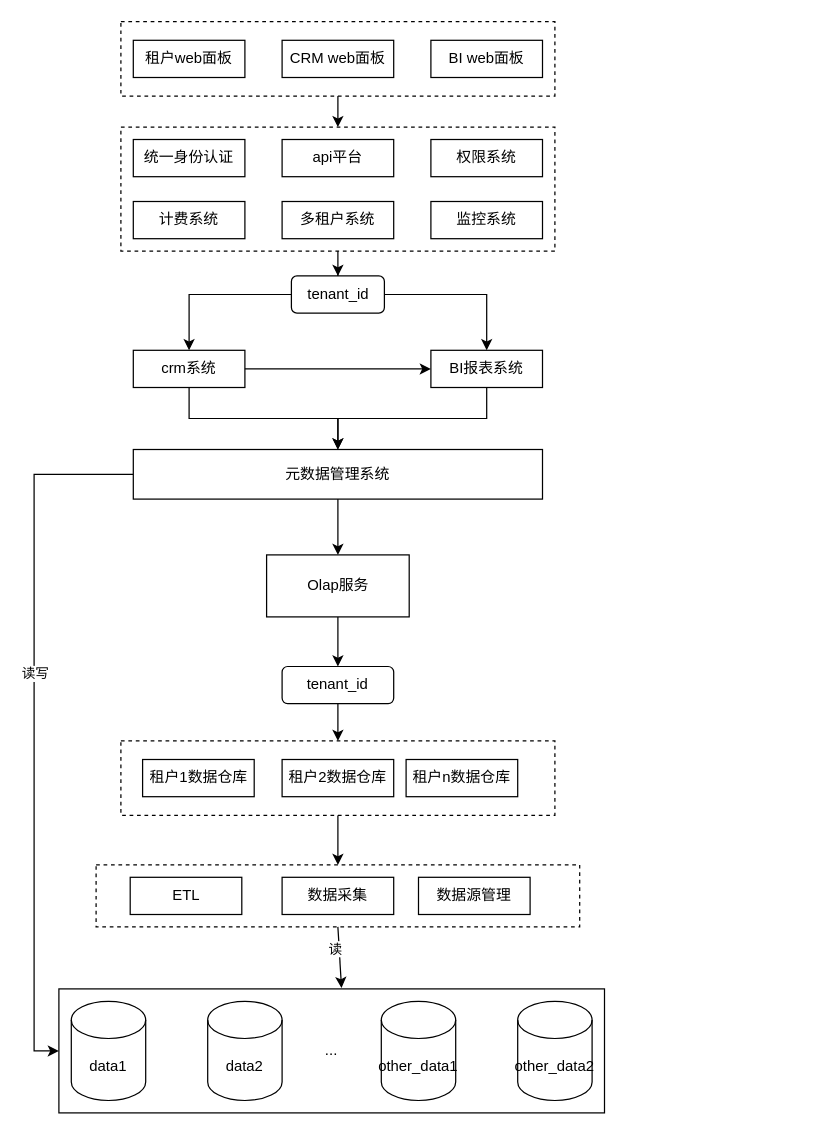
Earlier version of the draw.io diagram page "第 1 页" (1 of 5) of Crm-Saas/crm-saas.drawio (zhangshuntao-ola/MyDraw). Source tidied: cells renumbered, new cells numbered last; positions are measured from the earlier drawing's top-left corner, leaving out a move shared by most shapes. Both pictures are drawn from the tidied source at 124%, with x=0, y=0 at pixel (58, 21).
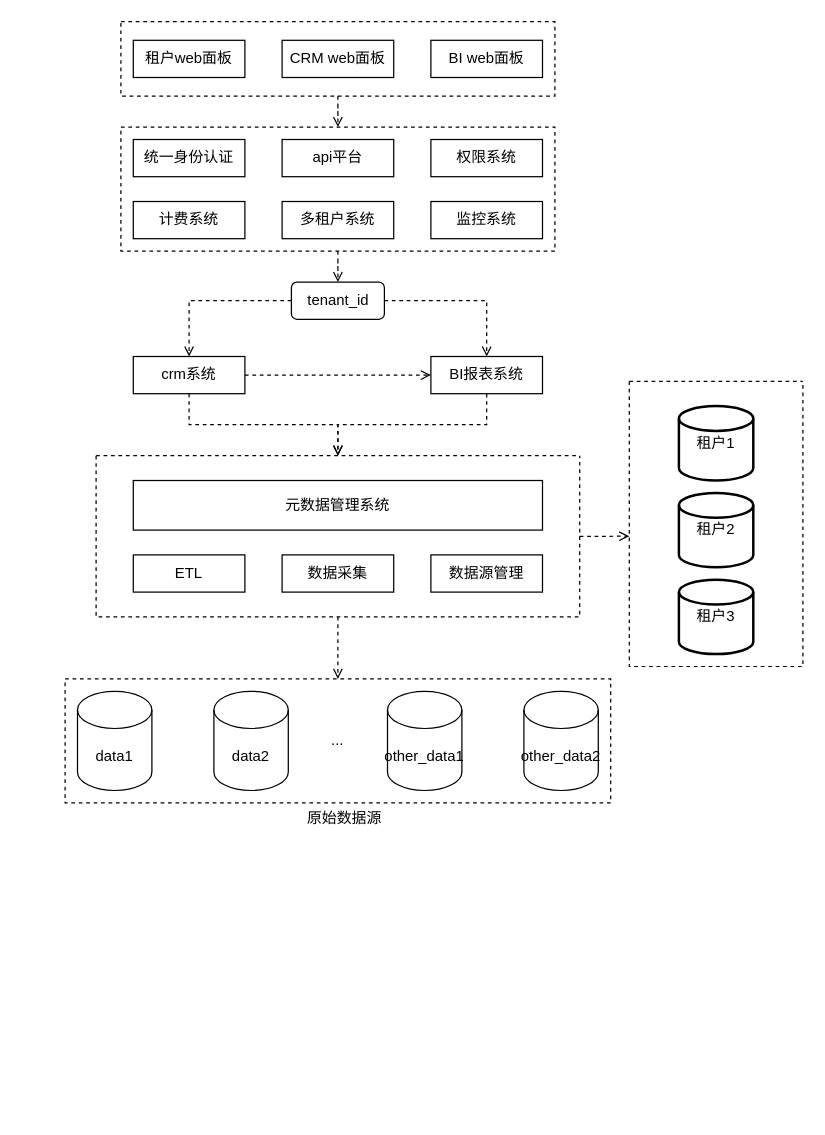
After the change.

Unchanged cells that the change refers to:
```xml
<mxCell id="7" style="rounded=0;whiteSpace=wrap;html=1;dashed=1;" parent="1" vertex="1">
  <mxGeometry x="50" width="350" height="60" as="geometry" />
</mxCell>
<mxCell id="9" style="rounded=0;whiteSpace=wrap;html=1;dashed=1;" parent="1" vertex="1">
  <mxGeometry x="50" y="85" width="350" height="100" as="geometry" />
</mxCell>
```

The edit, as a diff of the source:
```diff
@@
-    <mxCell id="2" style="edgeStyle=orthogonalEdgeStyle;rounded=0;jettySize=auto;html=1;exitX=0.5;exitY=1;exitDx=0;exitDy=0;entryX=0.5;entryY=0;entryDx=0;entryDy=0;" parent="1" edge="1" source="3" target="4">
-      <mxGeometry relative="1" as="geometry" />
-    </mxCell>
-    <mxCell id="3" style="rounded=0;whiteSpace=wrap;html=1;dashed=1;" parent="1" vertex="1">
-      <mxGeometry x="50" y="580" width="350" height="60" as="geometry" />
-    </mxCell>
-    <mxCell id="4" style="rounded=0;whiteSpace=wrap;html=1;dashed=1;" parent="1" vertex="1">
-      <mxGeometry x="30" y="680" width="390" height="50" as="geometry" />
-    </mxCell>
-    <mxCell id="5" value="..." style="rounded=0;whiteSpace=wrap;html=1;" parent="1" vertex="1">
-      <mxGeometry y="780" width="440" height="100" as="geometry" />
+    <mxCell id="5" value="..." style="rounded=0;whiteSpace=wrap;html=1;dashed=1;" parent="1" vertex="1">
+      <mxGeometry x="5" y="530" width="440" height="100" as="geometry" />
     </mxCell>
-    <mxCell id="6" style="edgeStyle=orthogonalEdgeStyle;rounded=0;jettySize=auto;html=1;entryX=0.5;entryY=0;entryDx=0;entryDy=0;" parent="1" edge="1" source="7" target="9">
+    <mxCell id="6" style="edgeStyle=orthogonalEdgeStyle;rounded=0;jettySize=auto;html=1;entryX=0.5;entryY=0;entryDx=0;entryDy=0;dashed=1;endArrow=open;endFill=0;" parent="1" edge="1" source="7" target="9">
       <mxGeometry relative="1" as="geometry" />
     </mxCell>
@@
-    <mxCell id="8" style="edgeStyle=orthogonalEdgeStyle;rounded=0;jettySize=auto;html=1;" parent="1" edge="1" source="9" target="27">
+    <mxCell id="8" style="edgeStyle=orthogonalEdgeStyle;rounded=0;jettySize=auto;html=1;dashed=1;endArrow=open;endFill=0;" parent="1" edge="1" source="9" target="27">
       <mxGeometry relative="1" as="geometry" />
     </mxCell>
@@
-    <mxCell id="13" style="edgeStyle=orthogonalEdgeStyle;rounded=0;jettySize=auto;html=1;" parent="1" edge="1" source="14" target="31">
-      <mxGeometry relative="1" as="geometry" />
-    </mxCell>
     <mxCell id="14" value="BI报表系统" style="rounded=0;whiteSpace=wrap;html=1;" parent="1" vertex="1">
-      <mxGeometry x="300" y="265" width="90" height="30" as="geometry" />
+      <mxGeometry x="300" y="270" width="90" height="30" as="geometry" />
     </mxCell>
-    <mxCell id="15" value="ETL" style="rounded=0;whiteSpace=wrap;html=1;" parent="1" vertex="1">
-      <mxGeometry x="57.5" y="690" width="90" height="30" as="geometry" />
-    </mxCell>
-    <mxCell id="16" style="edgeStyle=orthogonalEdgeStyle;rounded=0;jettySize=auto;html=1;" parent="1" edge="1" source="17" target="31">
-      <mxGeometry relative="1" as="geometry" />
-    </mxCell>
     <mxCell id="17" value="crm系统" style="rounded=0;whiteSpace=wrap;html=1;" parent="1" vertex="1">
-      <mxGeometry x="60" y="265" width="90" height="30" as="geometry" />
+      <mxGeometry x="60" y="270" width="90" height="30" as="geometry" />
     </mxCell>
@@
-    <mxCell id="22" value="数据采集" style="rounded=0;whiteSpace=wrap;html=1;" parent="1" vertex="1">
-      <mxGeometry x="180" y="690" width="90" height="30" as="geometry" />
-    </mxCell>
@@
-    <mxCell id="25" style="edgeStyle=orthogonalEdgeStyle;rounded=0;jettySize=auto;html=1;" parent="1" edge="1" source="27" target="17">
+    <mxCell id="25" style="edgeStyle=orthogonalEdgeStyle;rounded=0;jettySize=auto;html=1;endArrow=open;endFill=0;dashed=1;" parent="1" edge="1" source="27" target="17">
       <mxGeometry relative="1" as="geometry" />
     </mxCell>
-    <mxCell id="26" style="edgeStyle=orthogonalEdgeStyle;rounded=0;jettySize=auto;html=1;" parent="1" edge="1" source="27" target="14">
+    <mxCell id="26" style="edgeStyle=orthogonalEdgeStyle;rounded=0;jettySize=auto;html=1;endArrow=open;endFill=0;dashed=1;" parent="1" edge="1" source="27" target="14">
       <mxGeometry relative="1" as="geometry" />
     </mxCell>
     <mxCell id="27" value="tenant_id" style="rounded=1;whiteSpace=wrap;html=1;" parent="1" vertex="1">
-      <mxGeometry x="187.5" y="205" width="75" height="30" as="geometry" />
+      <mxGeometry x="187.5" y="210" width="75" height="30" as="geometry" />
     </mxCell>
-    <mxCell id="28" style="edgeStyle=orthogonalEdgeStyle;rounded=0;jettySize=auto;html=1;" parent="1" edge="1" source="31" target="45">
-      <mxGeometry relative="1" as="geometry" />
-    </mxCell>
-    <mxCell id="29" style="edgeStyle=orthogonalEdgeStyle;rounded=0;jettySize=auto;html=1;entryX=0;entryY=0.5;entryDx=0;entryDy=0;exitX=0;exitY=0.5;exitDx=0;exitDy=0;" parent="1" edge="1" source="31" target="5">
-      <mxGeometry relative="1" as="geometry" />
-    </mxCell>
-    <mxCell id="30" value="读写" style="edgeLabel;html=1;align=center;verticalAlign=middle;" parent="29" vertex="1">
-      <mxGeometry x="-0.15" relative="1" as="geometry" />
-    </mxCell>
-    <mxCell id="31" value="元数据管理系统" style="rounded=0;whiteSpace=wrap;html=1;" parent="1" vertex="1">
-      <mxGeometry x="60" y="345" width="330" height="40" as="geometry" />
-    </mxCell>
     <mxCell id="32" value="data1" style="shape=cylinder3;whiteSpace=wrap;html=1;boundedLbl=1;backgroundOutline=1;size=15;" parent="1" vertex="1">
-      <mxGeometry x="10" y="790" width="60" height="80" as="geometry" />
+      <mxGeometry x="15" y="540" width="60" height="80" as="geometry" />
     </mxCell>
     <mxCell id="33" value="data2" style="shape=cylinder3;whiteSpace=wrap;html=1;boundedLbl=1;backgroundOutline=1;size=15;" parent="1" vertex="1">
-      <mxGeometry x="120" y="790" width="60" height="80" as="geometry" />
+      <mxGeometry x="125" y="540" width="60" height="80" as="geometry" />
     </mxCell>
     <mxCell id="34" value="other_data1" style="shape=cylinder3;whiteSpace=wrap;html=1;boundedLbl=1;backgroundOutline=1;size=15;" parent="1" vertex="1">
-      <mxGeometry x="260" y="790" width="60" height="80" as="geometry" />
+      <mxGeometry x="265" y="540" width="60" height="80" as="geometry" />
     </mxCell>
     <mxCell id="35" value="other_data2" style="shape=cylinder3;whiteSpace=wrap;html=1;boundedLbl=1;backgroundOutline=1;size=15;" parent="1" vertex="1">
-      <mxGeometry x="370" y="790" width="60" height="80" as="geometry" />
+      <mxGeometry x="375" y="540" width="60" height="80" as="geometry" />
     </mxCell>
-    <mxCell id="36" style="rounded=0;jettySize=auto;html=1;exitX=0.5;exitY=1;exitDx=0;exitDy=0;entryX=0.518;entryY=-0.007;entryDx=0;entryDy=0;entryPerimeter=0;" parent="1" edge="1" source="4" target="5">
-      <mxGeometry relative="1" as="geometry" />
-    </mxCell>
-    <mxCell id="37" value="读" style="edgeLabel;html=1;align=center;verticalAlign=middle;" parent="36" vertex="1">
-      <mxGeometry x="-0.31" y="-4" relative="1" as="geometry" />
-    </mxCell>
+    <mxCell id="46" style="endArrow=open;startArrow=none;html=1;rounded=0;entryX=0;entryY=0.5;entryDx=0;entryDy=0;exitX=1;exitY=0.5;exitDx=0;exitDy=0;startFill=0;endFill=0;dashed=1;" parent="1" edge="1" source="17" target="14">
+      <mxGeometry relative="1" as="geometry" />
+    </mxCell>
+    <mxCell id="47" value="原始数据源" style="text;html=1;align=center;verticalAlign=middle;strokeColor=none;fillColor=none;" parent="1" vertex="1">
+      <mxGeometry x="190" y="628" width="80" height="30" as="geometry" />
+    </mxCell>
+    <mxCell id="48" style="swimlane;startSize=0;dashed=1;" parent="1" vertex="1">
+      <mxGeometry x="460" y="290" width="140" height="230" as="geometry" />
+    </mxCell>
+    <mxCell id="49" value="租户3" style="strokeWidth=2;html=1;shape=mxgraph.flowchart.database;whiteSpace=wrap;" parent="48" vertex="1">
+      <mxGeometry x="40" y="160" width="60" height="60" as="geometry" />
+    </mxCell>
+    <mxCell id="50" value="租户2" style="strokeWidth=2;html=1;shape=mxgraph.flowchart.database;whiteSpace=wrap;" parent="48" vertex="1">
+      <mxGeometry x="40" y="90" width="60" height="60" as="geometry" />
+    </mxCell>
+    <mxCell id="51" value="租户1" style="strokeWidth=2;html=1;shape=mxgraph.flowchart.database;whiteSpace=wrap;" parent="48" vertex="1">
+      <mxGeometry x="40" y="20" width="60" height="60" as="geometry" />
+    </mxCell>
+    <mxCell id="52" style="swimlane;startSize=0;dashed=1;" parent="1" vertex="1">
+      <mxGeometry x="30" y="350" width="390" height="130" as="geometry" />
+    </mxCell>
+    <mxCell id="31" value="元数据管理系统" style="rounded=0;whiteSpace=wrap;html=1;" parent="52" vertex="1">
+      <mxGeometry x="30" y="20" width="330" height="40" as="geometry" />
+    </mxCell>
+    <mxCell id="15" value="ETL" style="rounded=0;whiteSpace=wrap;html=1;" parent="52" vertex="1">
+      <mxGeometry x="30" y="80" width="90" height="30" as="geometry" />
+    </mxCell>
+    <mxCell id="22" value="数据采集" style="rounded=0;whiteSpace=wrap;html=1;" parent="52" vertex="1">
+      <mxGeometry x="150" y="80" width="90" height="30" as="geometry" />
+    </mxCell>
-    <mxCell id="38" value="数据源管理" style="rounded=0;whiteSpace=wrap;html=1;" parent="1" vertex="1">
-      <mxGeometry x="290" y="690" width="90" height="30" as="geometry" />
+    <mxCell id="38" value="数据源管理" style="rounded=0;whiteSpace=wrap;html=1;" parent="52" vertex="1">
+      <mxGeometry x="270" y="80" width="90" height="30" as="geometry" />
     </mxCell>
-    <mxCell id="39" style="edgeStyle=orthogonalEdgeStyle;rounded=0;jettySize=auto;html=1;entryX=0.5;entryY=0;entryDx=0;entryDy=0;" parent="1" edge="1" source="40" target="3">
-      <mxGeometry relative="1" as="geometry" />
-    </mxCell>
-    <mxCell id="40" value="tenant_id" style="rounded=1;whiteSpace=wrap;html=1;" parent="1" vertex="1">
-      <mxGeometry x="180" y="520" width="90" height="30" as="geometry" />
-    </mxCell>
-    <mxCell id="41" value="租户1数据仓库" style="rounded=0;whiteSpace=wrap;html=1;" parent="1" vertex="1">
-      <mxGeometry x="67.5" y="595" width="90" height="30" as="geometry" />
-    </mxCell>
-    <mxCell id="42" value="租户2数据仓库" style="rounded=0;whiteSpace=wrap;html=1;" parent="1" vertex="1">
-      <mxGeometry x="180" y="595" width="90" height="30" as="geometry" />
-    </mxCell>
-    <mxCell id="43" value="租户n数据仓库" style="rounded=0;whiteSpace=wrap;html=1;" parent="1" vertex="1">
-      <mxGeometry x="280" y="595" width="90" height="30" as="geometry" />
-    </mxCell>
-    <mxCell id="44" style="edgeStyle=orthogonalEdgeStyle;rounded=0;jettySize=auto;html=1;" parent="1" edge="1" source="45" target="40">
-      <mxGeometry relative="1" as="geometry" />
-    </mxCell>
-    <mxCell id="45" value="Olap服务" style="rounded=0;whiteSpace=wrap;html=1;" parent="1" vertex="1">
-      <mxGeometry x="167.5" y="430" width="115" height="50" as="geometry" />
-    </mxCell>
-    <mxCell id="46" style="endArrow=classic;startArrow=none;html=1;rounded=0;entryX=0;entryY=0.5;entryDx=0;entryDy=0;exitX=1;exitY=0.5;exitDx=0;exitDy=0;startFill=0;" parent="1" edge="1" source="17" target="14">
-      <mxGeometry relative="1" as="geometry" />
-    </mxCell>
+    <mxCell id="53" style="edgeStyle=orthogonalEdgeStyle;rounded=0;jettySize=auto;html=1;endArrow=open;endFill=0;dashed=1;exitX=0.5;exitY=1;exitDx=0;exitDy=0;entryX=0.5;entryY=0;entryDx=0;entryDy=0;" parent="1" edge="1" source="17" target="52">
+      <mxGeometry relative="1" as="geometry" />
+    </mxCell>
+    <mxCell id="54" style="edgeStyle=orthogonalEdgeStyle;rounded=0;jettySize=auto;html=1;endArrow=open;endFill=0;dashed=1;exitX=0.5;exitY=1;exitDx=0;exitDy=0;" parent="1" edge="1" source="14" target="52">
+      <mxGeometry relative="1" as="geometry" />
+    </mxCell>
+    <mxCell id="55" style="edgeStyle=orthogonalEdgeStyle;rounded=0;jettySize=auto;html=1;endArrow=open;endFill=0;dashed=1;exitX=1;exitY=0.5;exitDx=0;exitDy=0;entryX=0;entryY=0.543;entryDx=0;entryDy=0;entryPerimeter=0;" parent="1" edge="1" source="52" target="48">
+      <mxGeometry relative="1" as="geometry" />
+    </mxCell>
+    <mxCell id="56" style="edgeStyle=orthogonalEdgeStyle;rounded=0;jettySize=auto;html=1;endArrow=open;endFill=0;dashed=1;entryX=0.5;entryY=0;entryDx=0;entryDy=0;exitX=0.5;exitY=1;exitDx=0;exitDy=0;" parent="1" edge="1" source="52" target="5">
+      <mxGeometry relative="1" as="geometry" />
+    </mxCell>
```
